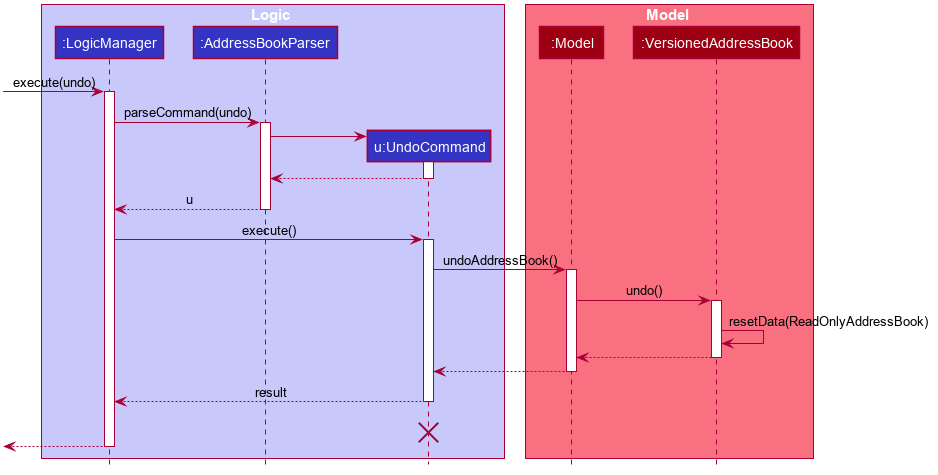
The PlantUML diagram docs/images/UndoSequenceDiagram.png in nus-cs2103-AY2223S1/tp, before a commit.
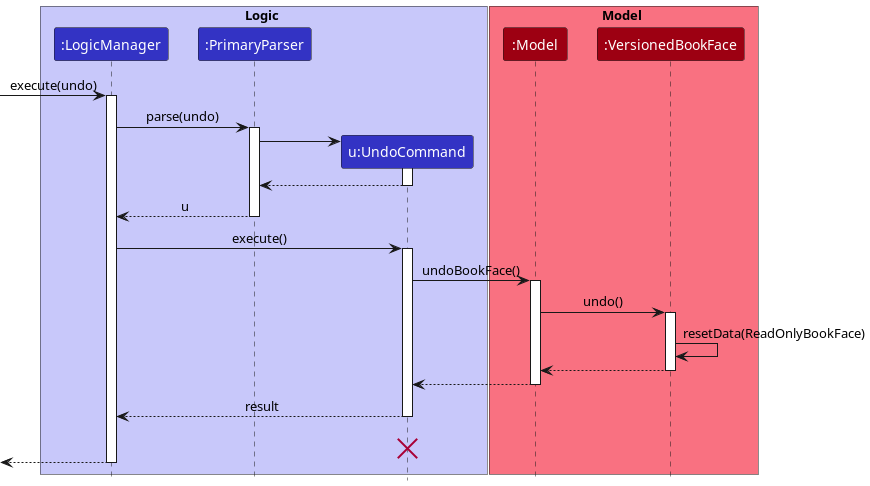
The same file after the commit.

What changed in the source:
```diff
@@ -1,91 +1,44 @@
 @startuml
+!include style.puml
 
-
-
-
-
-
-
-
-skinparam BackgroundColor #FFFFFFF
-
-skinparam Shadowing false
-
-skinparam Class {
-    FontColor #FFFFFF
-    BorderThickness 1
-    BorderColor #FFFFFF
-    StereotypeFontColor #FFFFFF
-    FontName Arial
-}
-
-skinparam Actor {
-    BorderColor #000000
-    Color #000000
-    FontName Arial
-}
-
-skinparam Sequence {
-    MessageAlign center
-    BoxFontSize 15
-    BoxPadding 0
-    BoxFontColor #FFFFFF
-    FontName Arial
-}
-
-skinparam Participant {
-    FontColor #FFFFFFF
-    Padding 20
-}
-
-skinparam MinClassWidth 50
-skinparam ParticipantPadding 10
-skinparam Shadowing false
-skinparam DefaultTextAlignment center
-skinparam packageStyle Rectangle
-
-hide footbox
-hide members
-hide circle
-
-box Logic #C8C8FA
-participant ":LogicManager" as LogicManager #3333C4
-participant ":AddressBookParser" as AddressBookParser #3333C4
-participant "u:UndoCommand" as UndoCommand #3333C4
+box Logic LOGIC_COLOR_T1
+participant ":LogicManager" as LogicManager LOGIC_COLOR
+participant ":PrimaryParser" as PrimaryParser LOGIC_COLOR
+participant "u:UndoCommand" as UndoCommand LOGIC_COLOR
 end box
 
-box Model #F97181
-participant ":Model" as Model #9D0012
-participant ":VersionedAddressBook" as VersionedAddressBook #9D0012
+box Model MODEL_COLOR_T1
+participant ":Model" as Model MODEL_COLOR
+participant ":VersionedBookFace" as VersionedBookFace MODEL_COLOR
 end box
 [-> LogicManager : execute(undo)
 activate LogicManager
 
-LogicManager -> AddressBookParser : parseCommand(undo)
-activate AddressBookParser
+LogicManager -> PrimaryParser : parse(undo)
+activate PrimaryParser
 
 create UndoCommand
-AddressBookParser -> UndoCommand
+PrimaryParser -> UndoCommand
 activate UndoCommand
 
-UndoCommand --> AddressBookParser
+UndoCommand --> PrimaryParser
 deactivate UndoCommand
 
-AddressBookParser --> LogicManager : u
-deactivate AddressBookParser
+PrimaryParser --> LogicManager : u
+deactivate PrimaryParser
 
 LogicManager -> UndoCommand : execute()
 activate UndoCommand
 
-UndoCommand -> Model : undoAddressBook()
+UndoCommand -> Model : undoBookFace()
 activate Model
 
-Model -> VersionedAddressBook : undo()
-activate VersionedAddressBook
+Model -> VersionedBookFace : undo()
+activate VersionedBookFace
 
-VersionedAddressBook -> VersionedAddressBook :resetData(ReadOnlyAddressBook)
-VersionedAddressBook --> Model :
-deactivate VersionedAddressBook
+VersionedBookFace -> VersionedBookFace :resetData(ReadOnlyBookFace)
+VersionedBookFace --> Model :
+deactivate VersionedBookFace
 
 Model --> UndoCommand
 deactivate Model
```
